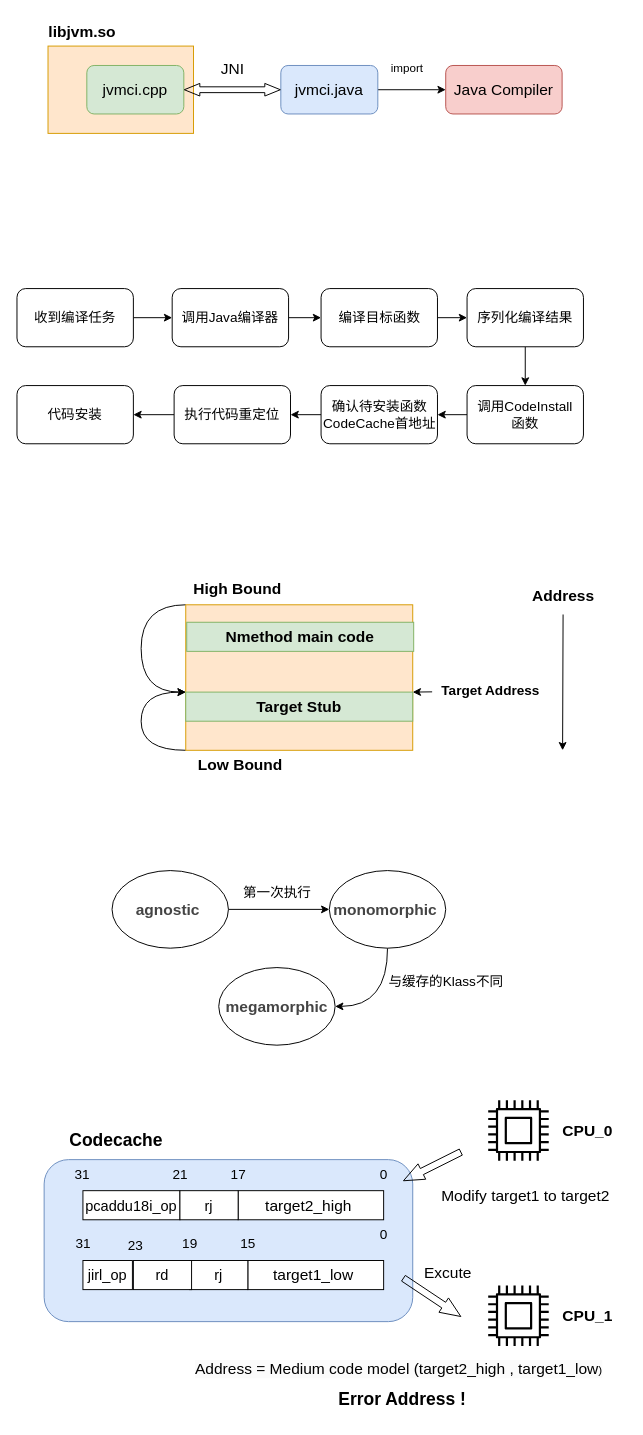
Above: JVMCI.drawio in f123888/Draw.IO (draw.io), before the change. Source tidied: cells renumbered, new cells numbered last; positions are measured from the earlier drawing's top-left corner, leaving out a move shared by most shapes. Both pictures are drawn from the tidied source at 97%, with x=0, y=0 at pixel (16, 16).
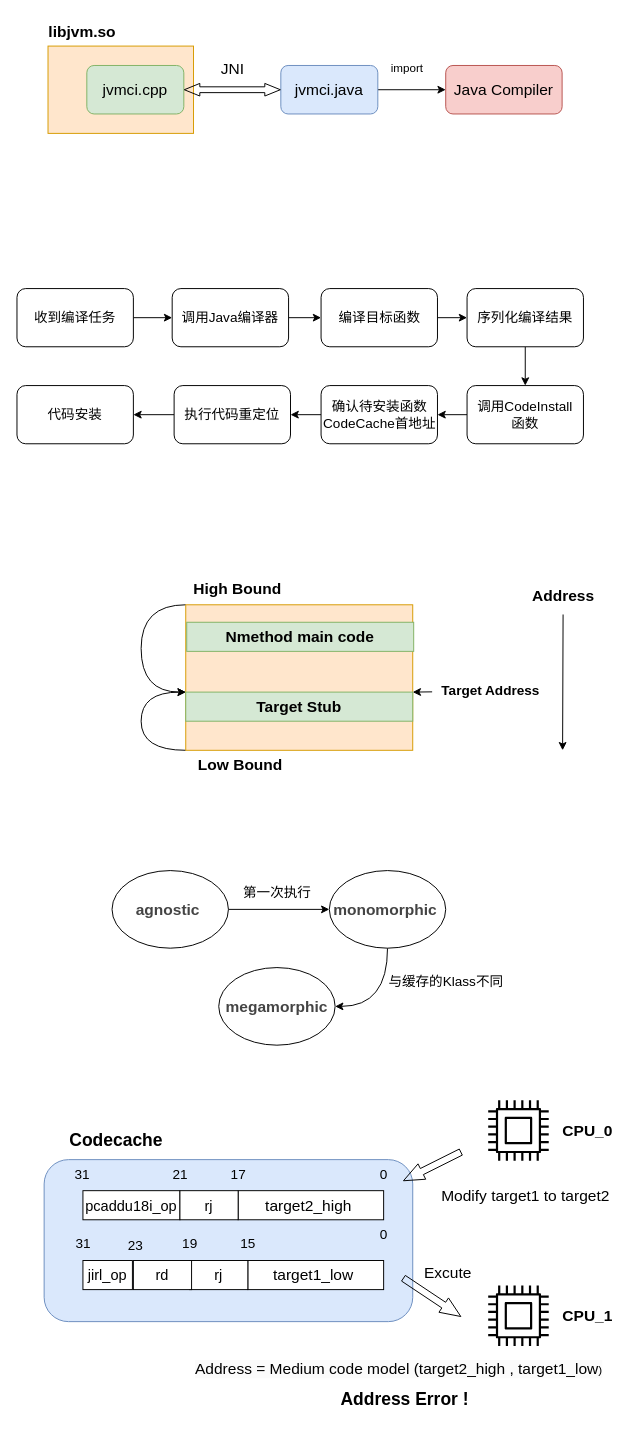
After the change.

The edit, as a diff of the source:
```diff
@@
-    <mxCell id="68" value="&lt;font style=&quot;font-size: 18px;&quot;&gt;&lt;b style=&quot;&quot;&gt;Error Address !&lt;/b&gt;&lt;/font&gt;" style="text;html=1;align=center;verticalAlign=middle;strokeColor=none;fillColor=none;" parent="1" vertex="1">
-      <mxGeometry x="322" y="1405" width="150" height="40" as="geometry" />
+    <mxCell id="68" value="&lt;font style=&quot;font-size: 18px;&quot;&gt;&lt;b style=&quot;&quot;&gt;&amp;nbsp;Address&amp;nbsp;&lt;/b&gt;&lt;b&gt;Error&lt;/b&gt;&lt;b style=&quot;&quot;&gt;&amp;nbsp;!&lt;/b&gt;&lt;/font&gt;" style="text;html=1;align=center;verticalAlign=middle;strokeColor=none;fillColor=none;" parent="1" vertex="1">
+      <mxGeometry x="317" y="1405" width="160" height="40" as="geometry" />
     </mxCell>
```
